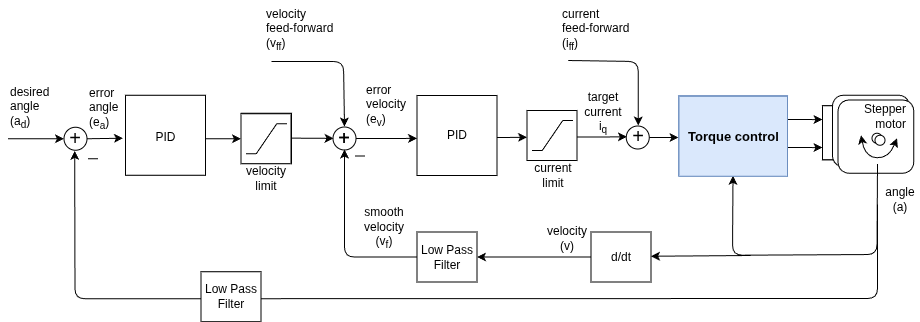
Before: extras/Images/a_s_i.drawio.png, a diagram exported from draw.io (simplefoc/simplefoc.github.io). Source tidied: cells renumbered, new cells last; positions are measured from the earlier drawing's top-left corner, leaving out a move shared by most shapes.
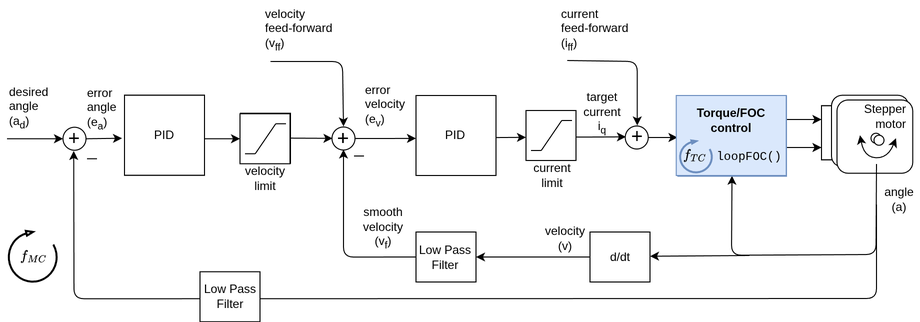
The same diagram one commit later.

Diff of the diagram source:
```diff
@@ -225,7 +225,7 @@
       </mxGeometry>
     </mxCell>
     <mxCell id="52" style="group;" parent="1" vertex="1">
-      <mxGeometry x="117" y="94.8" width="80" height="82.5" as="geometry" />
+      <mxGeometry x="117" y="94.8" width="80" height="186.6" as="geometry" />
     </mxCell>
     <mxCell id="53" style="whiteSpace=wrap;html=1;strokeColor=#000000;" parent="52" vertex="1">
       <mxGeometry width="80" height="80" as="geometry" />
@@ -233,84 +233,114 @@
     <mxCell id="54" value="PID" style="text;html=1;strokeColor=none;fillColor=none;align=center;verticalAlign=middle;whiteSpace=wrap;rounded=0;direction=south;" parent="52" vertex="1">
       <mxGeometry x="22.5" y="2.5" width="35" height="80" as="geometry" />
     </mxCell>
-    <mxCell id="55" style="ellipse;whiteSpace=wrap;html=1;strokeColor=#000000;" parent="1" vertex="1">
-      <mxGeometry x="55.5" y="126.8" width="23" height="23" as="geometry" />
+    <mxCell id="55" style="group;" parent="52" vertex="1">
+      <mxGeometry x="-115.9" width="195.9" height="186.6" as="geometry" />
     </mxCell>
-    <mxCell id="56" style="endArrow=classic;html=1;exitX=1;exitY=0.5;exitDx=0;exitDy=0;" parent="1" edge="1" source="55">
-      <mxGeometry relative="1" as="geometry">
-        <mxPoint x="114.5" y="137.8" as="targetPoint" />
-      </mxGeometry>
+    <mxCell id="56" style="whiteSpace=wrap;html=1;strokeColor=#000000;" parent="55" vertex="1">
+      <mxGeometry x="115.9" width="80" height="80" as="geometry" />
     </mxCell>
-    <mxCell id="57" style="endArrow=classic;html=1;entryX=0;entryY=0.5;entryDx=0;entryDy=0;" parent="1" edge="1" target="64">
-      <mxGeometry relative="1" as="geometry">
-        <mxPoint x="197" y="138.2" as="sourcePoint" />
-      </mxGeometry>
+    <mxCell id="57" value="PID" style="text;html=1;strokeColor=none;fillColor=none;align=center;verticalAlign=middle;whiteSpace=wrap;rounded=0;" parent="55" vertex="1">
+      <mxGeometry x="115.9" y="22.5" width="80" height="35" as="geometry" />
     </mxCell>
-    <mxCell id="58" style="endArrow=classic;html=1;entryX=0.51;entryY=1.1;entryDx=0;entryDy=0;entryPerimeter=0;" parent="1" edge="1">
-      <mxGeometry relative="1" as="geometry">
-        <mxPoint x="869" y="204" as="sourcePoint" />
-        <mxPoint x="66.2" y="150.5" as="targetPoint" />
-        <Array as="points">
-          <mxPoint x="869" y="298" />
-          <mxPoint x="66.5" y="298.2" />
-        </Array>
-      </mxGeometry>
+    <mxCell id="58" style="verticalLabelPosition=bottom;html=1;verticalAlign=top;strokeWidth=2;shape=mxgraph.lean_mapping.physical_pull;flipH=0;legacyAnchorPoints=0;flipV=1;rotation=-90;" parent="55" vertex="1">
+      <mxGeometry x="-1.4" y="137" width="51" height="48.3" as="geometry" />
     </mxCell>
-    <mxCell id="59" style="endArrow=classic;html=1;entryX=0;entryY=0.5;entryDx=0;entryDy=0;" parent="1" edge="1" target="55">
-      <mxGeometry relative="1" as="geometry">
-        <mxPoint x="-0.5" y="138.2" as="sourcePoint" />
-      </mxGeometry>
+    <mxCell id="59" value="`f_{MC}`" style="text;html=1;whiteSpace=wrap;strokeColor=none;fillColor=none;align=center;verticalAlign=middle;rounded=0;" parent="55" vertex="1">
+      <mxGeometry x="18.1" y="147.9" width="14.8" height="26.5" as="geometry" />
     </mxCell>
-    <mxCell id="60" style="endArrow=none;html=1;" parent="1" edge="1">
-      <mxGeometry relative="1" as="geometry">
-        <mxPoint x="79.5" y="158.2" as="sourcePoint" />
-        <mxPoint x="89.5" y="158.2" as="targetPoint" />
-        <Array as="points">
-          <mxPoint x="79.5" y="158.2" />
-        </Array>
-      </mxGeometry>
+    <mxCell id="60" style="ellipse;whiteSpace=wrap;html=1;strokeColor=#000000;" parent="1" vertex="1">
+      <mxGeometry x="55.5" y="126.8" width="23" height="23" as="geometry" />
     </mxCell>
-    <mxCell id="61" value="&lt;font style=&quot;font-size: 20px&quot;&gt;+&lt;/font&gt;" style="text;html=1;strokeColor=none;fillColor=none;align=center;verticalAlign=middle;whiteSpace=wrap;rounded=0;" parent="1" vertex="1">
-      <mxGeometry x="57" y="126.2" width="20" height="22" as="geometry" />
+    <mxCell id="61" style="endArrow=classic;html=1;exitX=1;exitY=0.5;exitDx=0;exitDy=0;" parent="1" edge="1" source="60">
+      <mxGeometry relative="1" as="geometry">
+        <mxPoint x="114.5" y="137.8" as="targetPoint" />
+      </mxGeometry>
     </mxCell>
-    <mxCell id="62" value="&lt;span style=&quot;text-align: center ; white-space: normal&quot;&gt;error&lt;br&gt;angle&amp;nbsp;&lt;br&gt;(e&lt;sub&gt;a&lt;/sub&gt;)&lt;/span&gt;" style="text;html=1;align=left;verticalAlign=top;spacingTop=-4;" parent="1" vertex="1">
-      <mxGeometry x="78.5" y="83.2" width="50" height="50" as="geometry" />
+    <mxCell id="62" style="endArrow=classic;html=1;entryX=0;entryY=0.5;entryDx=0;entryDy=0;" parent="1" edge="1" target="69">
+      <mxGeometry relative="1" as="geometry">
+        <mxPoint x="197" y="138.2" as="sourcePoint" />
+      </mxGeometry>
     </mxCell>
-    <mxCell id="63" value="desired&lt;br&gt;angle&lt;br&gt;(a&lt;sub&gt;d&lt;/sub&gt;)" style="text;html=1;" parent="1" vertex="1">
-      <mxGeometry x="-0.5" y="78.2" width="40" height="70" as="geometry" />
+    <mxCell id="63" style="endArrow=classic;html=1;entryX=0.51;entryY=1.1;entryDx=0;entryDy=0;entryPerimeter=0;" parent="1" edge="1">
+      <mxGeometry relative="1" as="geometry">
+        <mxPoint x="869" y="204" as="sourcePoint" />
+        <mxPoint x="66.2" y="150.5" as="targetPoint" />
+        <Array as="points">
+          <mxPoint x="869" y="298" />
+          <mxPoint x="66.5" y="298.2" />
+        </Array>
+      </mxGeometry>
     </mxCell>
-    <mxCell id="64" style="whiteSpace=wrap;html=1;" parent="1" vertex="1">
-      <mxGeometry x="232.5" y="113.2" width="50" height="50" as="geometry" />
+    <mxCell id="64" style="endArrow=classic;html=1;entryX=0;entryY=0.5;entryDx=0;entryDy=0;" parent="1" edge="1" target="60">
+      <mxGeometry relative="1" as="geometry">
+        <mxPoint x="-0.5" y="138.2" as="sourcePoint" />
+      </mxGeometry>
     </mxCell>
-    <mxCell id="65" style="group;" parent="1" vertex="1">
-      <mxGeometry x="237.5" y="123.2" width="41" height="30" as="geometry" />
+    <mxCell id="65" style="endArrow=none;html=1;" parent="1" edge="1">
+      <mxGeometry relative="1" as="geometry">
+        <mxPoint x="79.5" y="158.2" as="sourcePoint" />
+        <mxPoint x="89.5" y="158.2" as="targetPoint" />
+        <Array as="points">
+          <mxPoint x="79.5" y="158.2" />
+        </Array>
+      </mxGeometry>
     </mxCell>
-    <mxCell id="66" style="endArrow=none;html=1;" parent="65" edge="1">
-      <mxGeometry relative="1" as="geometry">
-        <mxPoint x="10.2" y="30" as="sourcePoint" />
-        <mxPoint x="30.8" as="targetPoint" />
-      </mxGeometry>
+    <mxCell id="66" value="&lt;font style=&quot;font-size: 20px&quot;&gt;+&lt;/font&gt;" style="text;html=1;strokeColor=none;fillColor=none;align=center;verticalAlign=middle;whiteSpace=wrap;rounded=0;" parent="1" vertex="1">
+      <mxGeometry x="57" y="126.2" width="20" height="22" as="geometry" />
     </mxCell>
-    <mxCell id="67" style="endArrow=none;html=1;" parent="65" edge="1">
-      <mxGeometry relative="1" as="geometry">
-        <mxPoint x="30.8" as="sourcePoint" />
-        <mxPoint x="41" as="targetPoint" />
-      </mxGeometry>
+    <mxCell id="67" value="&lt;span style=&quot;text-align: center ; white-space: normal&quot;&gt;error&lt;br&gt;angle&amp;nbsp;&lt;br&gt;(e&lt;sub&gt;a&lt;/sub&gt;)&lt;/span&gt;" style="text;html=1;align=left;verticalAlign=top;spacingTop=-4;" parent="1" vertex="1">
+      <mxGeometry x="78.5" y="83.2" width="50" height="50" as="geometry" />
     </mxCell>
-    <mxCell id="68" style="endArrow=none;html=1;" parent="65" edge="1">
-      <mxGeometry relative="1" as="geometry">
-        <mxPoint y="30" as="sourcePoint" />
-        <mxPoint x="10.2" y="30" as="targetPoint" />
-      </mxGeometry>
+    <mxCell id="68" value="desired&lt;br&gt;angle&lt;br&gt;(a&lt;sub&gt;d&lt;/sub&gt;)" style="text;html=1;" parent="1" vertex="1">
+      <mxGeometry x="-0.5" y="78.2" width="40" height="70" as="geometry" />
     </mxCell>
-    <mxCell id="69" value="velocity&lt;br&gt;limit" style="text;html=1;strokeColor=none;fillColor=none;align=center;verticalAlign=middle;whiteSpace=wrap;rounded=0;" parent="1" vertex="1">
-      <mxGeometry x="237.5" y="168.2" width="40" height="20" as="geometry" />
+    <mxCell id="69" style="whiteSpace=wrap;html=1;" parent="1" vertex="1">
+      <mxGeometry x="232.5" y="113.2" width="50" height="50" as="geometry" />
     </mxCell>
-    <mxCell id="70" value="Low Pass&lt;br&gt;Filter" style="rounded=0;whiteSpace=wrap;html=1;strokeColor=#000000;" parent="1" vertex="1">
-      <mxGeometry x="192.5" y="271.2" width="60" height="50" as="geometry" />
+    <mxCell id="70" style="group;" parent="1" vertex="1">
+      <mxGeometry x="237.5" y="123.2" width="41" height="30" as="geometry" />
     </mxCell>
-    <mxCell id="71" value="&lt;b style=&quot;font-size: 13px&quot;&gt;Torque control&lt;br&gt;&lt;/b&gt;" style="rounded=0;whiteSpace=wrap;html=1;fillColor=#dae8fc;strokeColor=#6c8ebf;" parent="1" vertex="1">
-      <mxGeometry x="670.5" y="95.8" width="108.5" height="80" as="geometry" />
+    <mxCell id="71" style="endArrow=none;html=1;" parent="70" edge="1">
+      <mxGeometry relative="1" as="geometry">
+        <mxPoint x="10.2" y="30" as="sourcePoint" />
+        <mxPoint x="30.8" as="targetPoint" />
+      </mxGeometry>
     </mxCell>
+    <mxCell id="72" style="endArrow=none;html=1;" parent="70" edge="1">
+      <mxGeometry relative="1" as="geometry">
+        <mxPoint x="30.8" as="sourcePoint" />
+        <mxPoint x="41" as="targetPoint" />
+      </mxGeometry>
+    </mxCell>
+    <mxCell id="73" style="endArrow=none;html=1;" parent="70" edge="1">
+      <mxGeometry relative="1" as="geometry">
+        <mxPoint y="30" as="sourcePoint" />
+        <mxPoint x="10.2" y="30" as="targetPoint" />
+      </mxGeometry>
+    </mxCell>
+    <mxCell id="74" value="velocity&lt;br&gt;limit" style="text;html=1;strokeColor=none;fillColor=none;align=center;verticalAlign=middle;whiteSpace=wrap;rounded=0;" parent="1" vertex="1">
+      <mxGeometry x="237.5" y="168.2" width="40" height="20" as="geometry" />
+    </mxCell>
+    <mxCell id="75" value="Low Pass&lt;br&gt;Filter" style="rounded=0;whiteSpace=wrap;html=1;strokeColor=#000000;" parent="1" vertex="1">
+      <mxGeometry x="192.5" y="271.2" width="60" height="50" as="geometry" />
+    </mxCell>
+    <mxCell id="76" value="&lt;b style=&quot;font-size: 13px&quot;&gt;Torque control&lt;br&gt;&lt;/b&gt;" style="rounded=0;whiteSpace=wrap;html=1;fillColor=#dae8fc;strokeColor=#6c8ebf;" parent="1" vertex="1">
+      <mxGeometry x="670.5" y="95.8" width="108.5" height="80" as="geometry" />
+    </mxCell>
+    <mxCell id="77" style="group;" parent="1" vertex="1">
+      <mxGeometry x="668.8" y="95" width="110" height="80" as="geometry" />
+    </mxCell>
+    <mxCell id="78" value="&lt;div style=&quot;&quot;&gt;&lt;b style=&quot;background-color: transparent; color: light-dark(rgb(0, 0, 0), rgb(255, 255, 255));&quot;&gt;Torque/FOC&lt;/b&gt;&lt;/div&gt;&lt;div style=&quot;&quot;&gt;&lt;b style=&quot;background-color: transparent; color: light-dark(rgb(0, 0, 0), rgb(255, 255, 255));&quot;&gt;control&lt;br&gt;&lt;br&gt;&lt;/b&gt;&lt;/div&gt;&lt;div style=&quot;&quot;&gt;&lt;span style=&quot;background-color: transparent; color: light-dark(rgb(0, 0, 0), rgb(255, 255, 255)); font-family: &amp;quot;Courier New&amp;quot;;&quot;&gt;&amp;nbsp; &amp;nbsp; &amp;nbsp;loopFOC()&lt;/span&gt;&lt;/div&gt;" style="rounded=0;whiteSpace=wrap;html=1;fillColor=#dae8fc;strokeColor=#6c8ebf;align=center;" parent="77" vertex="1">
+      <mxGeometry width="110" height="80" as="geometry" />
+    </mxCell>
+    <mxCell id="79" style="group;" parent="77" vertex="1">
+      <mxGeometry x="3.8" y="45" width="32" height="32" as="geometry" />
+    </mxCell>
+    <mxCell id="80" style="verticalLabelPosition=bottom;html=1;verticalAlign=top;strokeWidth=2;shape=mxgraph.lean_mapping.physical_pull;flipH=0;legacyAnchorPoints=0;flipV=1;rotation=-90;fillColor=#dae8fc;strokeColor=#6c8ebf;" parent="79" vertex="1">
+      <mxGeometry width="32" height="32" as="geometry" />
+    </mxCell>
+    <mxCell id="81" value="`f_{TC}`" style="text;html=1;whiteSpace=wrap;strokeColor=none;fillColor=none;align=center;verticalAlign=middle;rounded=0;" parent="79" vertex="1">
+      <mxGeometry x="2.9" y="2" width="26.2" height="25" as="geometry" />
+    </mxCell>
   </root>
 </mxGraphModel>
```
